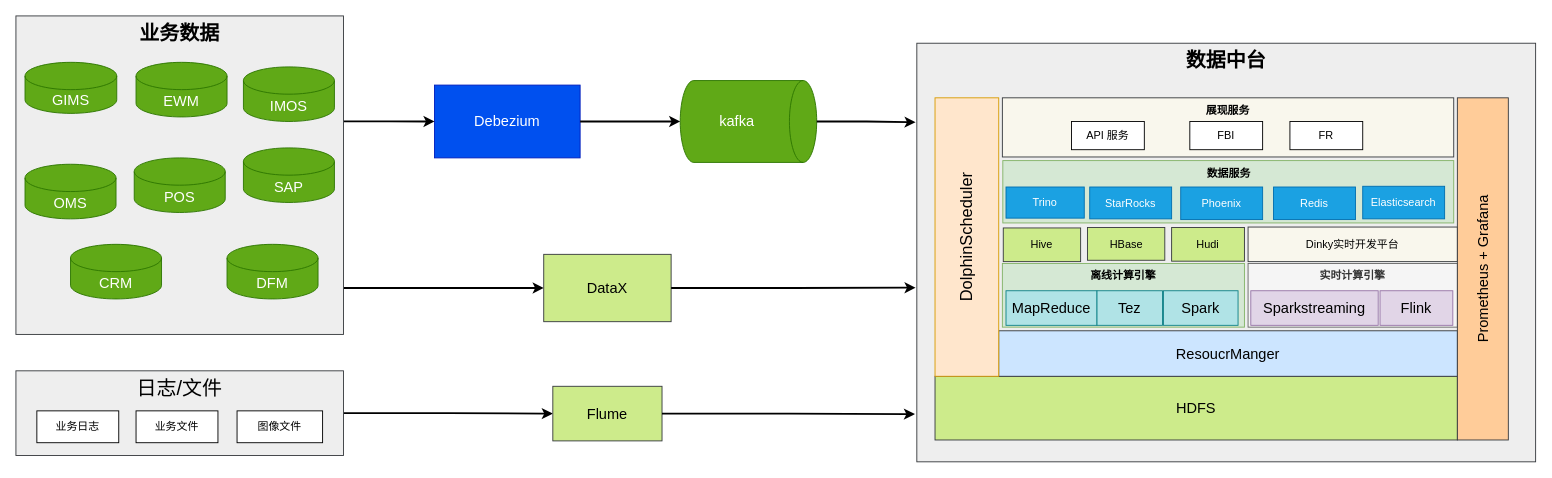
starzy1990/diagrams keeps this draw.io diagram as page "第 3 页" (3 of 3) of bsd.drawio. Above is the earlier version. Source tidied: cells renumbered, new cells numbered last; positions are measured from the earlier drawing's top-left corner, leaving out a move shared by most shapes. Both pictures are drawn from the tidied source at 91%, with x=0, y=0 at pixel (15, 15).
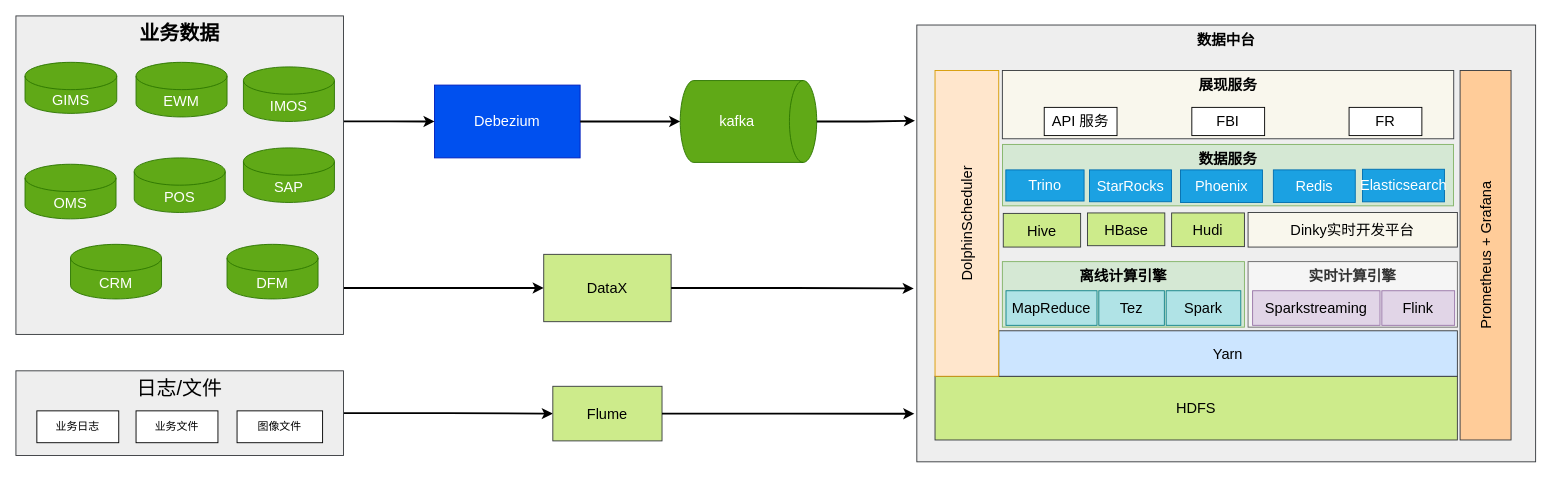
The same diagram, later.

The change refers to these unchanged cells:
```xml
<mxCell id="3" value="kafka" style="shape=cylinder3;whiteSpace=wrap;html=1;boundedLbl=1;backgroundOutline=1;size=15;direction=south;fillColor=#60a917;fontColor=#ffffff;strokeColor=#2D7600;fontSize=16;" parent="1" vertex="1">
  <mxGeometry x="730" y="71" width="150" height="90" as="geometry" />
</mxCell>
<mxCell id="32" value="DataX" style="rounded=0;whiteSpace=wrap;html=1;fillColor=#cdeb8b;strokeColor=#36393d;fontStyle=0;fontSize=16;" parent="1" vertex="1">
  <mxGeometry x="580" y="262" width="140" height="74" as="geometry" />
</mxCell>
<mxCell id="38" value="Flume" style="rounded=0;whiteSpace=wrap;html=1;fillColor=#cdeb8b;strokeColor=#36393d;fontStyle=0;fontSize=16;" parent="1" vertex="1">
  <mxGeometry x="590" y="407" width="120" height="60" as="geometry" />
</mxCell>
```

What changed in the source:
```diff
@@
-    <mxCell id="16" value="数据中台" style="rounded=0;whiteSpace=wrap;html=1;fillColor=#eeeeee;strokeColor=#36393d;verticalAlign=top;fontSize=22;fontStyle=1;" parent="1" vertex="1">
-      <mxGeometry x="990" y="30" width="680" height="460" as="geometry" />
+    <mxCell id="16" value="数据中台" style="rounded=0;whiteSpace=wrap;html=1;fillColor=#eeeeee;strokeColor=#36393d;verticalAlign=top;fontSize=16;fontStyle=1;" parent="1" vertex="1">
+      <mxGeometry x="990" y="10" width="680" height="480" as="geometry" />
     </mxCell>
@@
-    <mxCell id="18" value="ResoucrManger" style="rounded=0;whiteSpace=wrap;html=1;fillColor=#cce5ff;strokeColor=#36393d;fontStyle=0;fontSize=16;" parent="1" vertex="1">
+    <mxCell id="18" value="Yarn" style="rounded=0;whiteSpace=wrap;html=1;fillColor=#cce5ff;strokeColor=#36393d;fontStyle=0;fontSize=16;" parent="1" vertex="1">
       <mxGeometry x="1080" y="346" width="504" height="50" as="geometry" />
     </mxCell>
-    <mxCell id="19" value="DolphinScheduler" style="rounded=0;whiteSpace=wrap;html=1;fillColor=#ffe6cc;strokeColor=#d79b00;horizontal=0;fontSize=18;" parent="1" vertex="1">
-      <mxGeometry x="1010" y="90" width="70" height="306" as="geometry" />
+    <mxCell id="19" value="DolphinScheduler" style="rounded=0;whiteSpace=wrap;html=1;fillColor=#ffe6cc;strokeColor=#d79b00;horizontal=0;fontSize=16;" parent="1" vertex="1">
+      <mxGeometry x="1010" y="60" width="70" height="336" as="geometry" />
     </mxCell>
-    <mxCell id="20" value="Hive" style="rounded=0;whiteSpace=wrap;html=1;fillColor=#cdeb8b;strokeColor=#36393d;" parent="1" vertex="1">
-      <mxGeometry x="1085" y="233" width="85" height="37" as="geometry" />
+    <mxCell id="20" value="Hive" style="rounded=0;whiteSpace=wrap;html=1;fillColor=#cdeb8b;strokeColor=#36393d;fontSize=16;" parent="1" vertex="1">
+      <mxGeometry x="1085" y="217" width="85" height="37" as="geometry" />
     </mxCell>
-    <mxCell id="21" value="离线计算引擎" style="rounded=0;whiteSpace=wrap;html=1;align=center;verticalAlign=top;horizontal=1;textDirection=ltr;labelPosition=center;verticalLabelPosition=middle;fontStyle=1;fillColor=#d5e8d4;strokeColor=#82b366;" parent="1" vertex="1">
-      <mxGeometry x="1084" y="272" width="266" height="70" as="geometry" />
+    <mxCell id="21" value="离线计算引擎" style="rounded=0;whiteSpace=wrap;html=1;align=center;verticalAlign=top;horizontal=1;textDirection=ltr;labelPosition=center;verticalLabelPosition=middle;fontStyle=1;fillColor=#d5e8d4;strokeColor=#82b366;fontSize=16;" parent="1" vertex="1">
+      <mxGeometry x="1084" y="270" width="266" height="72" as="geometry" />
     </mxCell>
@@
     <mxCell id="23" value="Tez" style="rounded=0;whiteSpace=wrap;html=1;fillColor=#b0e3e6;strokeColor=#0e8088;fontStyle=0;fontSize=16;" parent="1" vertex="1">
-      <mxGeometry x="1188" y="302" width="72" height="38" as="geometry" />
+      <mxGeometry x="1190" y="302" width="72" height="38" as="geometry" />
     </mxCell>
     <mxCell id="24" value="Spark" style="rounded=0;whiteSpace=wrap;html=1;fillColor=#b0e3e6;strokeColor=#0e8088;fontStyle=0;fontSize=16;" parent="1" vertex="1">
-      <mxGeometry x="1261" y="302" width="82" height="38" as="geometry" />
+      <mxGeometry x="1264" y="302" width="82" height="38" as="geometry" />
     </mxCell>
-    <mxCell id="25" value="实时计算引擎" style="rounded=0;whiteSpace=wrap;html=1;align=center;verticalAlign=top;horizontal=1;textDirection=ltr;labelPosition=center;verticalLabelPosition=middle;fontStyle=1;fillColor=#f5f5f5;strokeColor=#666666;fontColor=#333333;" parent="1" vertex="1">
-      <mxGeometry x="1354" y="272" width="230" height="70" as="geometry" />
+    <mxCell id="25" value="实时计算引擎" style="rounded=0;whiteSpace=wrap;html=1;align=center;verticalAlign=top;horizontal=1;textDirection=ltr;labelPosition=center;verticalLabelPosition=middle;fontStyle=1;fillColor=#f5f5f5;strokeColor=#666666;fontColor=#333333;fontSize=16;" parent="1" vertex="1">
+      <mxGeometry x="1354" y="270" width="230" height="72" as="geometry" />
     </mxCell>
     <mxCell id="26" value="Flink" style="rounded=0;whiteSpace=wrap;html=1;fillColor=#e1d5e7;strokeColor=#9673a6;fontStyle=0;fontSize=16;" parent="1" vertex="1">
-      <mxGeometry x="1499" y="302" width="80" height="38" as="geometry" />
+      <mxGeometry x="1501" y="302" width="80" height="38" as="geometry" />
     </mxCell>
     <mxCell id="27" value="Sparkstreaming" style="rounded=0;whiteSpace=wrap;html=1;fillColor=#e1d5e7;strokeColor=#9673a6;fontStyle=0;fontSize=16;" parent="1" vertex="1">
-      <mxGeometry x="1357" y="302" width="140" height="38" as="geometry" />
+      <mxGeometry x="1359" y="302" width="140" height="38" as="geometry" />
     </mxCell>
-    <mxCell id="28" value="Dinky实时开发平台" style="rounded=0;whiteSpace=wrap;html=1;fillColor=#f9f7ed;strokeColor=#36393d;" parent="1" vertex="1">
-      <mxGeometry x="1354" y="232" width="230" height="38" as="geometry" />
+    <mxCell id="28" value="Dinky实时开发平台" style="rounded=0;whiteSpace=wrap;html=1;fillColor=#f9f7ed;strokeColor=#36393d;fontSize=16;" parent="1" vertex="1">
+      <mxGeometry x="1354" y="216" width="230" height="38" as="geometry" />
     </mxCell>
-    <mxCell id="29" value="数据服务" style="rounded=0;whiteSpace=wrap;html=1;align=center;fontStyle=1;fillColor=#d5e8d4;strokeColor=#82b366;verticalAlign=top;" parent="1" vertex="1">
-      <mxGeometry x="1084.5" y="159" width="495.5" height="68.5" as="geometry" />
+    <mxCell id="29" value="数据服务" style="rounded=0;whiteSpace=wrap;html=1;align=center;fontStyle=1;fillColor=#d5e8d4;strokeColor=#82b366;verticalAlign=top;fontSize=16;" parent="1" vertex="1">
+      <mxGeometry x="1084.2" y="141.2" width="495.5" height="67.5" as="geometry" />
     </mxCell>
-    <mxCell id="30" value="Trino" style="rounded=0;whiteSpace=wrap;html=1;fillColor=#1ba1e2;strokeColor=#006EAF;fontColor=#ffffff;" parent="1" vertex="1">
-      <mxGeometry x="1088" y="188" width="86" height="34.2" as="geometry" />
+    <mxCell id="30" value="Trino" style="rounded=0;whiteSpace=wrap;html=1;fillColor=#1ba1e2;strokeColor=#006EAF;fontColor=#ffffff;fontSize=16;" parent="1" vertex="1">
+      <mxGeometry x="1087.8" y="169.2" width="86" height="34.2" as="geometry" />
     </mxCell>
-    <mxCell id="31" value="StarRocks" style="rounded=0;whiteSpace=wrap;html=1;fillColor=#1ba1e2;fontColor=#ffffff;strokeColor=#006EAF;" parent="1" vertex="1">
-      <mxGeometry x="1180" y="188" width="90" height="35" as="geometry" />
+    <mxCell id="31" value="StarRocks" style="rounded=0;whiteSpace=wrap;html=1;fillColor=#1ba1e2;fontColor=#ffffff;strokeColor=#006EAF;fontSize=16;" parent="1" vertex="1">
+      <mxGeometry x="1179.8" y="169.2" width="90" height="35" as="geometry" />
     </mxCell>
@@
-    <mxCell id="36" style="edgeStyle=orthogonalEdgeStyle;rounded=0;jettySize=auto;html=1;entryX=-0.002;entryY=0.189;entryDx=0;entryDy=0;entryPerimeter=0;strokeWidth=2;" parent="1" edge="1" source="3" target="16">
+    <mxCell id="36" style="edgeStyle=orthogonalEdgeStyle;rounded=0;jettySize=auto;html=1;entryX=-0.003;entryY=0.219;entryDx=0;entryDy=0;entryPerimeter=0;strokeWidth=2;" parent="1" edge="1" source="3" target="16">
       <mxGeometry relative="1" as="geometry" />
     </mxCell>
-    <mxCell id="37" style="edgeStyle=orthogonalEdgeStyle;rounded=0;jettySize=auto;html=1;entryX=-0.002;entryY=0.584;entryDx=0;entryDy=0;entryPerimeter=0;strokeWidth=2;" parent="1" edge="1" source="32" target="16">
+    <mxCell id="37" style="edgeStyle=orthogonalEdgeStyle;rounded=0;jettySize=auto;html=1;entryX=-0.005;entryY=0.603;entryDx=0;entryDy=0;entryPerimeter=0;strokeWidth=2;" parent="1" edge="1" source="32" target="16">
       <mxGeometry relative="1" as="geometry" />
     </mxCell>
@@
-    <mxCell id="39" style="edgeStyle=orthogonalEdgeStyle;rounded=0;jettySize=auto;html=1;entryX=-0.003;entryY=0.886;entryDx=0;entryDy=0;entryPerimeter=0;strokeWidth=2;" parent="1" edge="1" source="38" target="16">
+    <mxCell id="39" style="edgeStyle=orthogonalEdgeStyle;rounded=0;jettySize=auto;html=1;entryX=-0.004;entryY=0.89;entryDx=0;entryDy=0;entryPerimeter=0;strokeWidth=2;" parent="1" edge="1" source="38" target="16">
       <mxGeometry relative="1" as="geometry" />
     </mxCell>
-    <mxCell id="40" value="Elasticsearch" style="rounded=0;whiteSpace=wrap;html=1;fillColor=#1ba1e2;fontColor=#ffffff;strokeColor=#006EAF;" parent="1" vertex="1">
-      <mxGeometry x="1480" y="187.2" width="90" height="35.8" as="geometry" />
+    <mxCell id="40" value="Elasticsearch" style="rounded=0;whiteSpace=wrap;html=1;fillColor=#1ba1e2;fontColor=#ffffff;strokeColor=#006EAF;fontSize=16;" parent="1" vertex="1">
+      <mxGeometry x="1479.8" y="168.5" width="90" height="35.8" as="geometry" />
     </mxCell>
-    <mxCell id="41" value="HBase" style="rounded=0;whiteSpace=wrap;html=1;fillColor=#cdeb8b;strokeColor=#36393d;" parent="1" vertex="1">
-      <mxGeometry x="1177.5" y="232.5" width="85" height="36" as="geometry" />
+    <mxCell id="41" value="HBase" style="rounded=0;whiteSpace=wrap;html=1;fillColor=#cdeb8b;strokeColor=#36393d;fontSize=16;" parent="1" vertex="1">
+      <mxGeometry x="1177.5" y="216.5" width="85" height="36" as="geometry" />
     </mxCell>
-    <mxCell id="42" value="Redis" style="rounded=0;whiteSpace=wrap;html=1;fillColor=#1ba1e2;fontColor=#ffffff;strokeColor=#006EAF;" parent="1" vertex="1">
-      <mxGeometry x="1382" y="188" width="90" height="35.8" as="geometry" />
+    <mxCell id="42" value="Redis" style="rounded=0;whiteSpace=wrap;html=1;fillColor=#1ba1e2;fontColor=#ffffff;strokeColor=#006EAF;fontSize=16;" parent="1" vertex="1">
+      <mxGeometry x="1381.8" y="169.2" width="90" height="35.8" as="geometry" />
     </mxCell>
-    <mxCell id="43" value="Phoenix" style="rounded=0;whiteSpace=wrap;html=1;fillColor=#1ba1e2;fontColor=#ffffff;strokeColor=#006EAF;" parent="1" vertex="1">
-      <mxGeometry x="1280" y="188" width="90" height="35.8" as="geometry" />
+    <mxCell id="43" value="Phoenix" style="rounded=0;whiteSpace=wrap;html=1;fillColor=#1ba1e2;fontColor=#ffffff;strokeColor=#006EAF;fontSize=16;" parent="1" vertex="1">
+      <mxGeometry x="1279.8" y="169.2" width="90" height="35.8" as="geometry" />
     </mxCell>
-    <mxCell id="44" value="Hudi" style="rounded=0;whiteSpace=wrap;html=1;fillColor=#cdeb8b;strokeColor=#36393d;" parent="1" vertex="1">
-      <mxGeometry x="1270" y="232.5" width="80" height="37" as="geometry" />
+    <mxCell id="44" value="Hudi" style="rounded=0;whiteSpace=wrap;html=1;fillColor=#cdeb8b;strokeColor=#36393d;fontSize=16;" parent="1" vertex="1">
+      <mxGeometry x="1270" y="216.5" width="80" height="37" as="geometry" />
     </mxCell>
-    <mxCell id="45" value="展现服务" style="rounded=0;whiteSpace=wrap;html=1;verticalAlign=top;fillColor=#f9f7ed;strokeColor=#36393d;fontStyle=1;" parent="1" vertex="1">
-      <mxGeometry x="1084" y="90" width="496" height="65" as="geometry" />
+    <mxCell id="45" value="展现服务" style="rounded=0;whiteSpace=wrap;html=1;verticalAlign=top;fillColor=#f9f7ed;strokeColor=#36393d;fontStyle=1;fontSize=16;" parent="1" vertex="1">
+      <mxGeometry x="1084" y="60" width="496" height="75" as="geometry" />
     </mxCell>
@@
     <mxCell id="48" value="Prometheus +&amp;nbsp;Grafana" style="rounded=0;whiteSpace=wrap;html=1;horizontal=0;fontSize=16;fillColor=#ffcc99;strokeColor=#36393d;" parent="1" vertex="1">
-      <mxGeometry x="1584" y="90" width="56" height="376" as="geometry" />
+      <mxGeometry x="1587" y="60" width="56" height="406" as="geometry" />
     </mxCell>
-    <mxCell id="49" value="API 服务" style="rounded=0;whiteSpace=wrap;html=1;" parent="1" vertex="1">
-      <mxGeometry x="1160" y="116" width="80" height="31" as="geometry" />
+    <mxCell id="49" value="API 服务" style="rounded=0;whiteSpace=wrap;html=1;fontSize=16;" parent="1" vertex="1">
+      <mxGeometry x="1130" y="100.5" width="80" height="31" as="geometry" />
     </mxCell>
-    <mxCell id="50" value="FBI" style="rounded=0;whiteSpace=wrap;html=1;" parent="1" vertex="1">
-      <mxGeometry x="1290" y="116" width="80" height="31" as="geometry" />
+    <mxCell id="50" value="FBI" style="rounded=0;whiteSpace=wrap;html=1;fontSize=16;" parent="1" vertex="1">
+      <mxGeometry x="1292.2" y="100.5" width="80" height="31" as="geometry" />
     </mxCell>
-    <mxCell id="51" value="FR" style="rounded=0;whiteSpace=wrap;html=1;" parent="1" vertex="1">
-      <mxGeometry x="1400" y="116" width="80" height="31" as="geometry" />
+    <mxCell id="51" value="FR" style="rounded=0;whiteSpace=wrap;html=1;fontSize=16;" parent="1" vertex="1">
+      <mxGeometry x="1465" y="100.5" width="80" height="31" as="geometry" />
     </mxCell>
```
